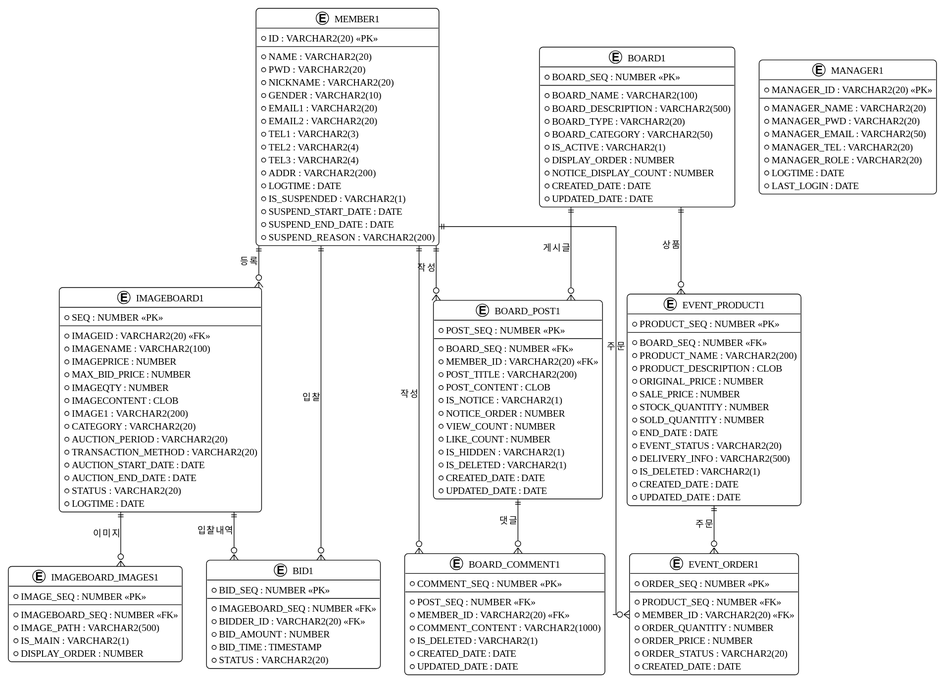
Above: Document/PPT/goldauction/ERD_다이어그램_데이터베이스_관계도.svg in snlee1004/goldauction (PlantUML), before the change.
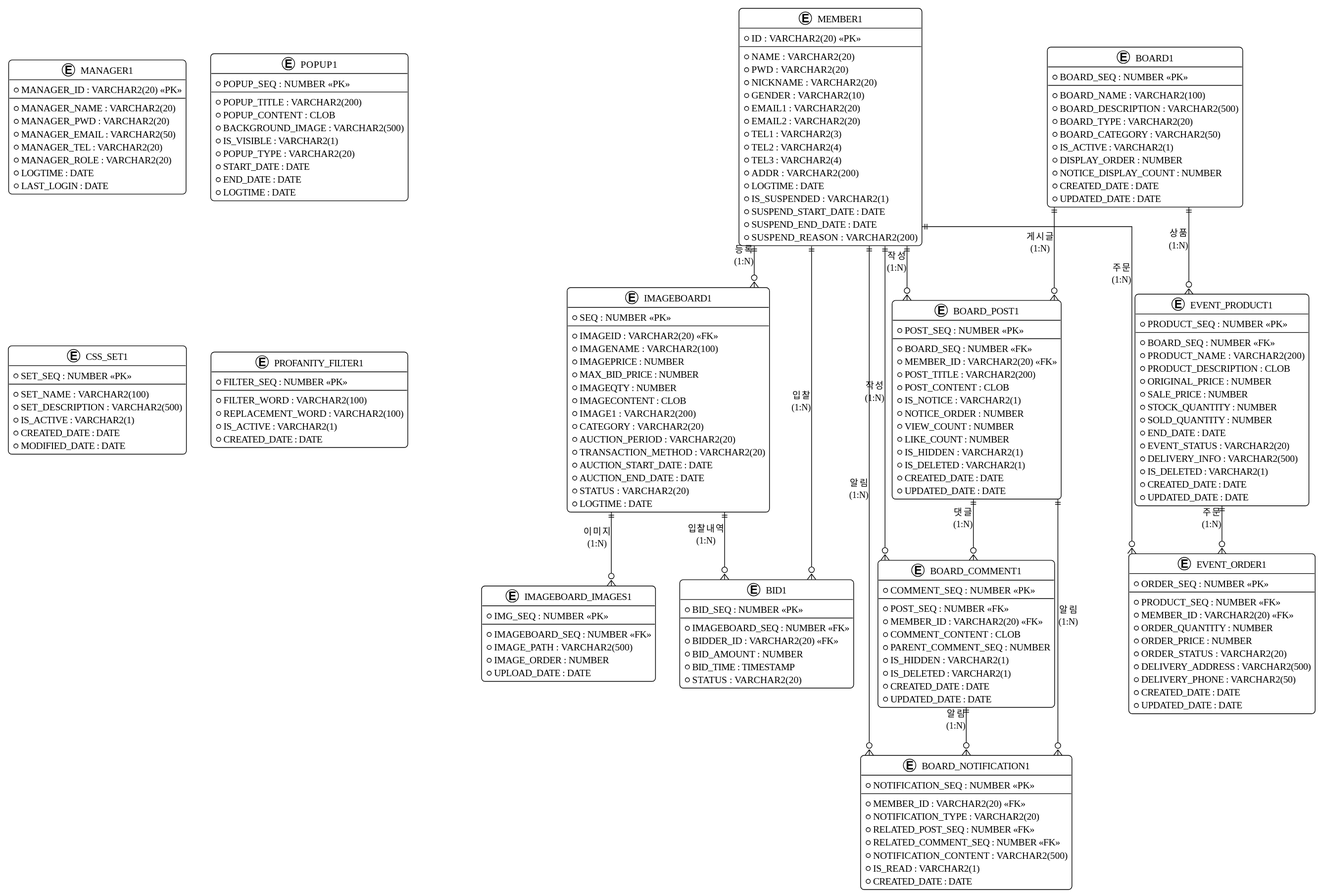
After the change.

The edit, as a diff of the source:
```diff
@@ -44,12 +44,12 @@
 }
 
 entity "IMAGEBOARD_IMAGES1" as ImageboardImages {
-    * IMAGE_SEQ : NUMBER <<PK>>
+    * IMG_SEQ : NUMBER <<PK>>
     --
     * IMAGEBOARD_SEQ : NUMBER <<FK>>
     * IMAGE_PATH : VARCHAR2(500)
-    * IS_MAIN : VARCHAR2(1)
-    * DISPLAY_ORDER : NUMBER
+    * IMAGE_ORDER : NUMBER
+    * UPLOAD_DATE : DATE
 }
 
 entity "BID1" as Bid {
@@ -98,10 +98,24 @@
     --
     * POST_SEQ : NUMBER <<FK>>
     * MEMBER_ID : VARCHAR2(20) <<FK>>
-    * COMMENT_CONTENT : VARCHAR2(1000)
+    * COMMENT_CONTENT : CLOB
+    * PARENT_COMMENT_SEQ : NUMBER
+    * IS_HIDDEN : VARCHAR2(1)
     * IS_DELETED : VARCHAR2(1)
     * CREATED_DATE : DATE
     * UPDATED_DATE : DATE
+}
+
+entity "BOARD_NOTIFICATION1" as BoardNotification {
+    * NOTIFICATION_SEQ : NUMBER <<PK>>
+    --
+    * MEMBER_ID : VARCHAR2(20) <<FK>>
+    * NOTIFICATION_TYPE : VARCHAR2(20)
+    * RELATED_POST_SEQ : NUMBER <<FK>>
+    * RELATED_COMMENT_SEQ : NUMBER <<FK>>
+    * NOTIFICATION_CONTENT : VARCHAR2(500)
+    * IS_READ : VARCHAR2(1)
+    * CREATED_DATE : DATE
 }
 
 entity "EVENT_PRODUCT1" as EventProduct {
@@ -130,7 +144,10 @@
     * ORDER_QUANTITY : NUMBER
     * ORDER_PRICE : NUMBER
     * ORDER_STATUS : VARCHAR2(20)
+    * DELIVERY_ADDRESS : VARCHAR2(500)
+    * DELIVERY_PHONE : VARCHAR2(50)
     * CREATED_DATE : DATE
+    * UPDATED_DATE : DATE
 }
 
 entity "MANAGER1" as Manager {
@@ -145,19 +162,55 @@
     * LAST_LOGIN : DATE
 }
 
-Member ||--o{ Imageboard : "등록"
-Member ||--o{ Bid : "입찰"
-Member ||--o{ BoardPost : "작성"
-Member ||--o{ BoardComment : "작성"
-Member ||--o{ EventOrder : "주문"
+entity "POPUP1" as Popup {
+    * POPUP_SEQ : NUMBER <<PK>>
+    --
+    * POPUP_TITLE : VARCHAR2(200)
+    * POPUP_CONTENT : CLOB
+    * BACKGROUND_IMAGE : VARCHAR2(500)
+    * IS_VISIBLE : VARCHAR2(1)
+    * POPUP_TYPE : VARCHAR2(20)
+    * START_DATE : DATE
+    * END_DATE : DATE
+    * LOGTIME : DATE
+}
 
-Imageboard ||--o{ ImageboardImages : "이미지"
-Imageboard ||--o{ Bid : "입찰내역"
+entity "CSS_SET1" as CssSet {
+    * SET_SEQ : NUMBER <<PK>>
+    --
+    * SET_NAME : VARCHAR2(100)
+    * SET_DESCRIPTION : VARCHAR2(500)
+    * IS_ACTIVE : VARCHAR2(1)
+    * CREATED_DATE : DATE
+    * MODIFIED_DATE : DATE
+}
 
-Board ||--o{ BoardPost : "게시글"
-Board ||--o{ EventProduct : "상품"
+entity "PROFANITY_FILTER1" as ProfanityFilter {
+    * FILTER_SEQ : NUMBER <<PK>>
+    --
+    * FILTER_WORD : VARCHAR2(100)
+    * REPLACEMENT_WORD : VARCHAR2(100)
+    * IS_ACTIVE : VARCHAR2(1)
+    * CREATED_DATE : DATE
+}
 
-BoardPost ||--o{ BoardComment : "댓글"
+Member ||--o{ Imageboard : "등록\n(1:N)"
+Member ||--o{ Bid : "입찰\n(1:N)"
+Member ||--o{ BoardPost : "작성\n(1:N)"
+Member ||--o{ BoardComment : "작성\n(1:N)"
+Member ||--o{ BoardNotification : "알림\n(1:N)"
+Member ||--o{ EventOrder : "주문\n(1:N)"
 
-EventProduct ||--o{ EventOrder : "주문"
+Imageboard ||--o{ ImageboardImages : "이미지\n(1:N)"
+Imageboard ||--o{ Bid : "입찰내역\n(1:N)"
+
+Board ||--o{ BoardPost : "게시글\n(1:N)"
+Board ||--o{ EventProduct : "상품\n(1:N)"
+
+BoardPost ||--o{ BoardComment : "댓글\n(1:N)"
+BoardPost ||--o{ BoardNotification : "알림\n(1:N)"
+
+EventProduct ||--o{ EventOrder : "주문\n(1:N)"
+
+BoardComment ||--o{ BoardNotification : "알림\n(1:N)"
 @enduml
```
